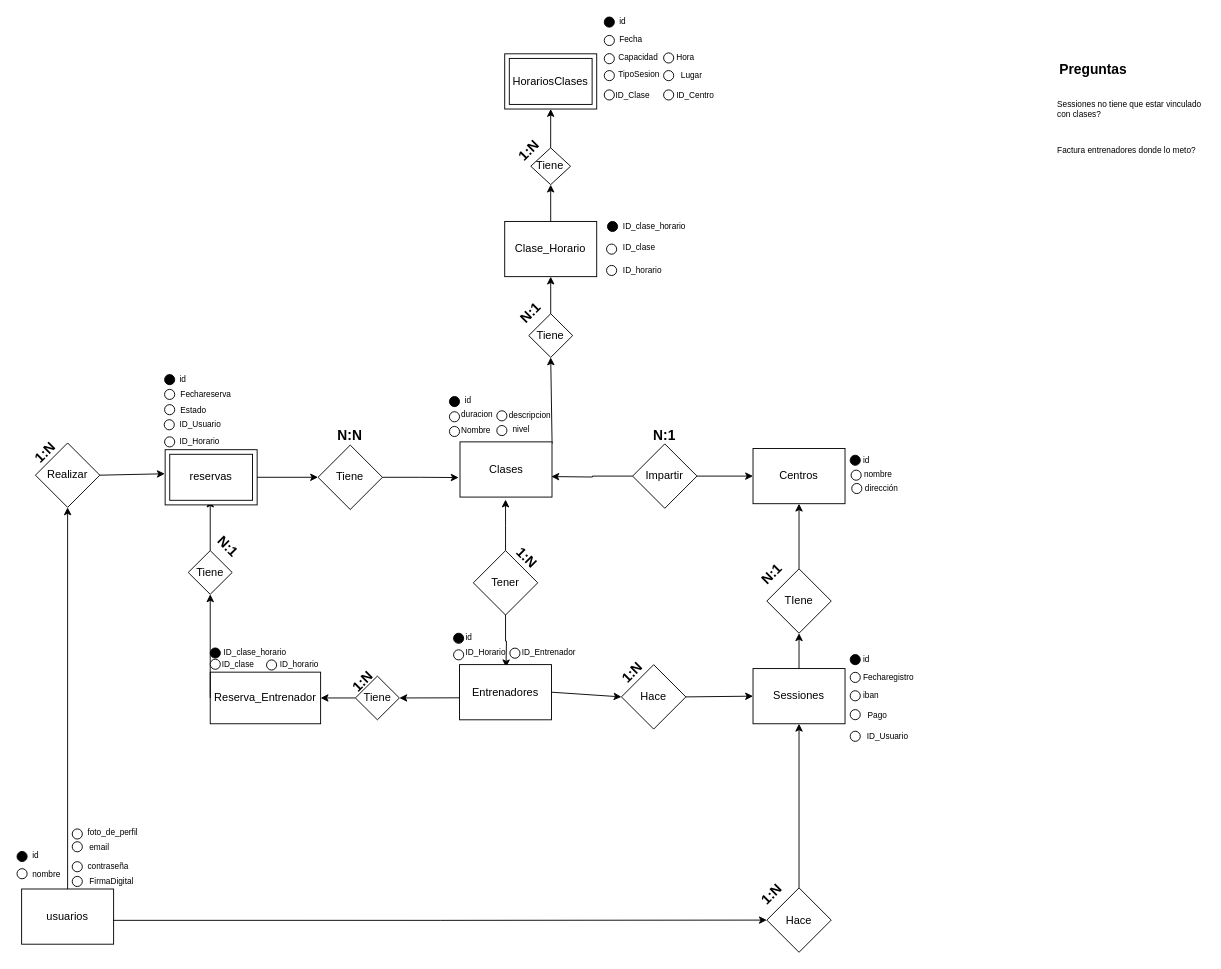
Before: TFG.drawio in SamuelPeAg/TFG, a draw.io diagram. Source tidied: cells renumbered, new cells numbered last; positions are measured from the earlier drawing's top-left corner, leaving out a move shared by most shapes. Both pictures are drawn from the tidied source at 92%, with x=0, y=0 at pixel (17, 15).
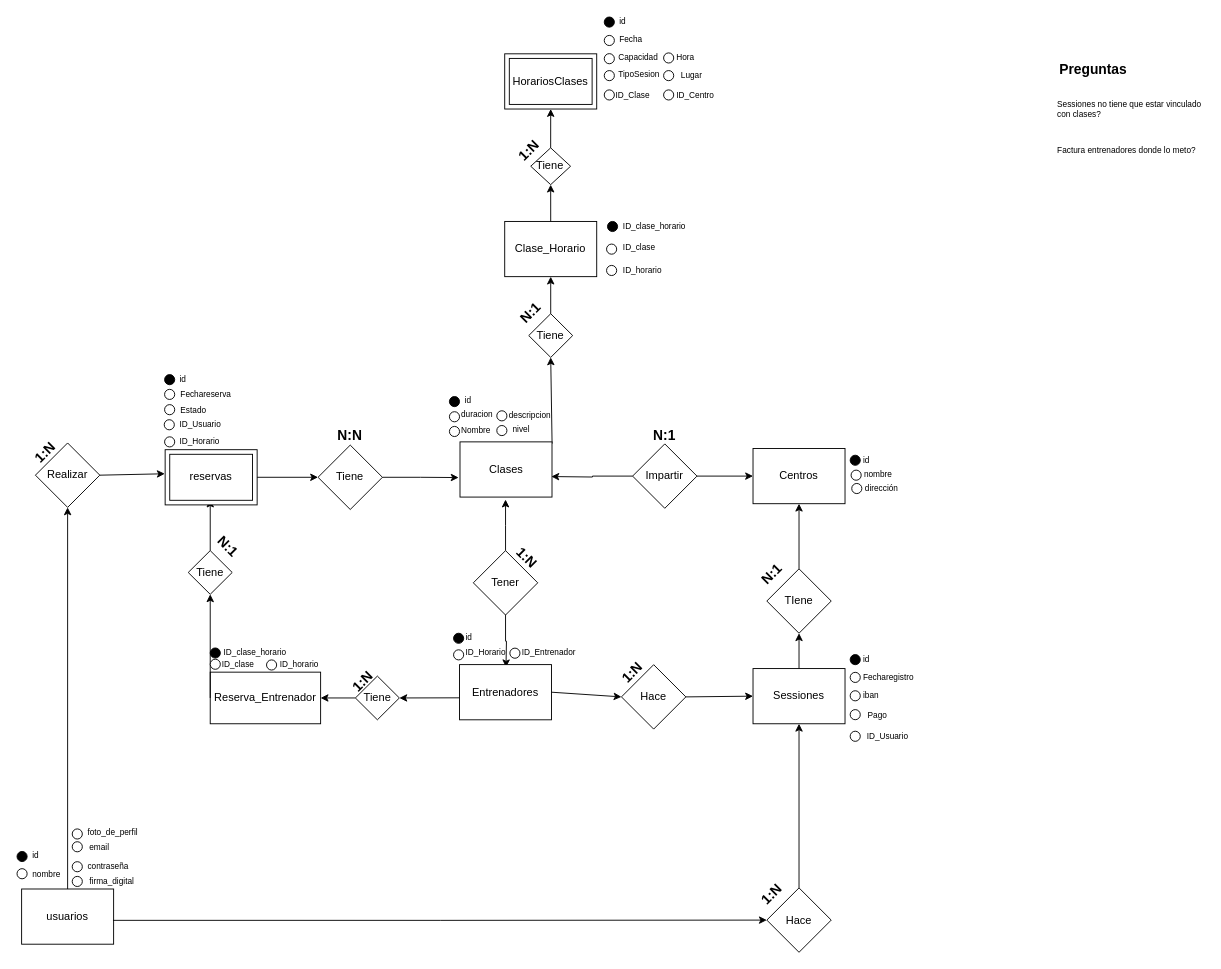
The same diagram, later.

Commit message (it also covers changes not shown here):
FirmaDigital=>firma_digital

What changed in the source:
```diff
@@
-    <mxCell id="40" value="FirmaDigital" style="text;html=1;strokeColor=none;fillColor=none;align=left;verticalAlign=middle;whiteSpace=wrap;rounded=0;fontSize=9;" parent="1" vertex="1">
+    <mxCell id="40" value="firma_digital" style="text;html=1;strokeColor=none;fillColor=none;align=left;verticalAlign=middle;whiteSpace=wrap;rounded=0;fontSize=9;" parent="1" vertex="1">
       <mxGeometry x="76.5" y="936.1" width="53.5" height="12.5" as="geometry" />
     </mxCell>
```
